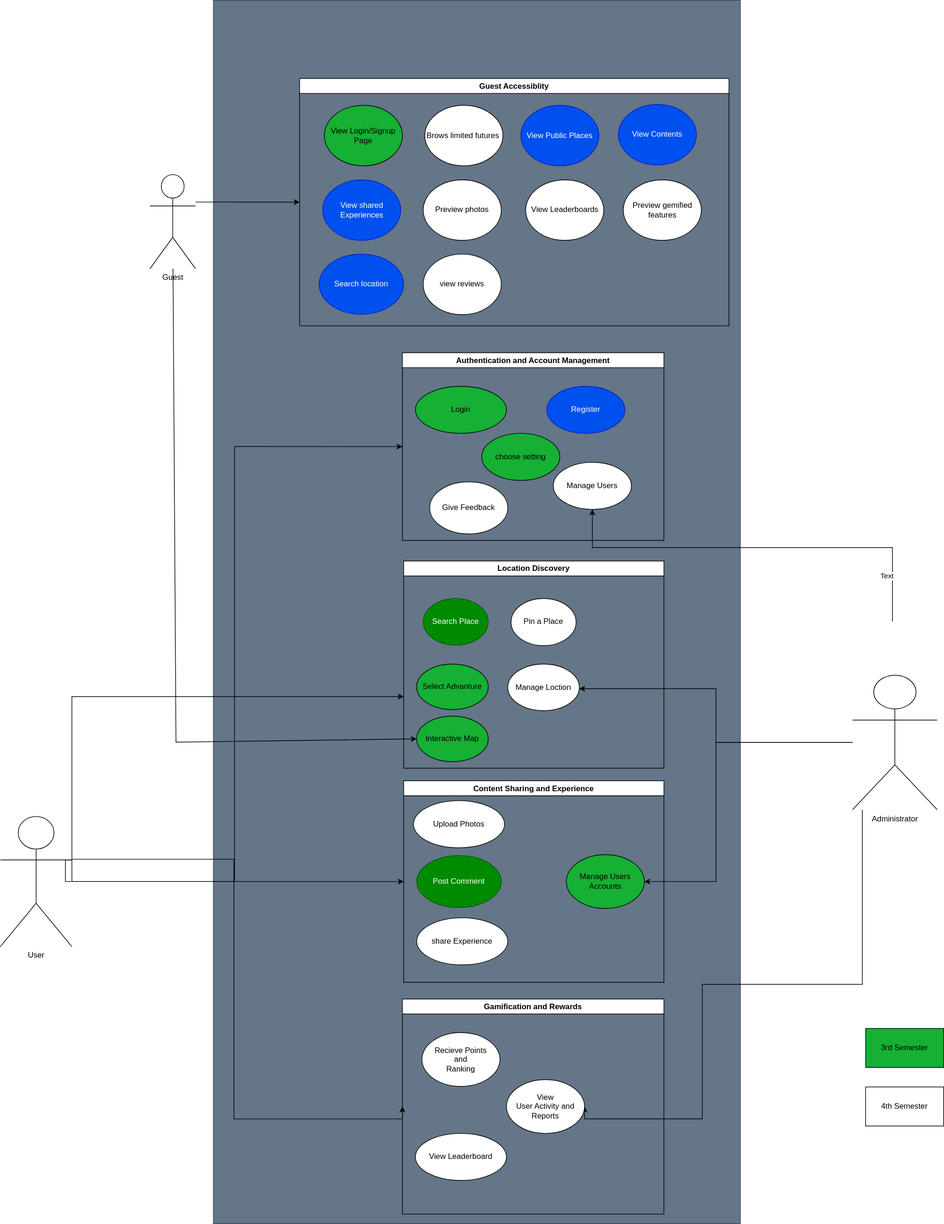
Above: Diagram/UseCaseDiagram/UseCaseDiagram.drawio.svg in sarahelhnbaly/IDiscovery (draw.io), before the change. Source tidied: cells renumbered, new cells last; positions are measured from the earlier drawing's top-left corner, leaving out a move shared by most shapes. The source it was exported from:
```xml
<mxGraphModel>
  <root>
    <mxCell id="0" />
    <mxCell id="1" parent="0" />
    <mxCell id="2" style="html=1;whiteSpace=wrap;fillColor=#647687;fontColor=#ffffff;strokeColor=#314354;" parent="1" vertex="1">
      <mxGeometry x="327.5" width="810" height="1880" as="geometry" />
    </mxCell>
    <mxCell id="3" value="Administrator&lt;div&gt;&lt;br&gt;&lt;/div&gt;" style="shape=umlActor;verticalLabelPosition=bottom;verticalAlign=top;html=1;outlineConnect=0;" parent="1" vertex="1">
      <mxGeometry x="1310" y="1037.2" width="130" height="206.6" as="geometry" />
    </mxCell>
    <mxCell id="4" style="edgeStyle=orthogonalEdgeStyle;rounded=0;jettySize=auto;html=1;" parent="1" edge="1" target="14">
      <mxGeometry relative="1" as="geometry">
        <mxPoint x="1371.3" y="954.6" as="sourcePoint" />
        <Array as="points">
          <mxPoint x="1371" y="841" />
          <mxPoint x="910" y="841" />
        </Array>
      </mxGeometry>
    </mxCell>
    <mxCell id="5" value="Text" style="edgeLabel;html=1;align=center;verticalAlign=middle;" parent="4" vertex="1">
      <mxGeometry x="-0.78" y="9" relative="1" as="geometry" />
    </mxCell>
    <mxCell id="6" style="edgeStyle=orthogonalEdgeStyle;rounded=0;jettySize=auto;html=1;" parent="1" edge="1" source="3">
      <mxGeometry relative="1" as="geometry">
        <mxPoint x="890" y="1057.9" as="targetPoint" />
      </mxGeometry>
    </mxCell>
    <mxCell id="7" style="edgeStyle=orthogonalEdgeStyle;rounded=0;jettySize=auto;html=1;entryX=1;entryY=0.5;entryDx=0;entryDy=0;" parent="1" edge="1" source="3" target="19">
      <mxGeometry relative="1" as="geometry">
        <Array as="points">
          <mxPoint x="1100" y="1140.5" />
          <mxPoint x="1100" y="1354.3" />
        </Array>
      </mxGeometry>
    </mxCell>
    <mxCell id="8" style="edgeStyle=orthogonalEdgeStyle;rounded=0;jettySize=auto;html=1;entryX=1;entryY=0.5;entryDx=0;entryDy=0;" parent="1" edge="1" source="3" target="38">
      <mxGeometry relative="1" as="geometry">
        <Array as="points">
          <mxPoint x="1325" y="1512.3" />
          <mxPoint x="1079" y="1512.3" />
          <mxPoint x="1079" y="1718.9" />
        </Array>
      </mxGeometry>
    </mxCell>
    <mxCell id="9" style="edgeStyle=orthogonalEdgeStyle;rounded=0;jettySize=auto;html=1;entryX=0;entryY=0.5;entryDx=0;entryDy=0;" parent="1" edge="1" source="10" target="26">
      <mxGeometry relative="1" as="geometry">
        <Array as="points">
          <mxPoint x="360" y="310" />
          <mxPoint x="360" y="310" />
        </Array>
      </mxGeometry>
    </mxCell>
    <mxCell id="10" value="Guest" style="shape=umlActor;verticalLabelPosition=bottom;verticalAlign=top;html=1;outlineConnect=0;" parent="1" vertex="1">
      <mxGeometry x="230" y="267.8" width="70" height="144.6" as="geometry" />
    </mxCell>
    <mxCell id="11" value="Authentication and Account Management" style="swimlane;" parent="1" vertex="1">
      <mxGeometry x="618" y="541.5" width="402" height="288.5" as="geometry" />
    </mxCell>
    <mxCell id="12" value="Register" style="ellipse;whiteSpace=wrap;html=1;fillColor=#0050ef;fontColor=#ffffff;strokeColor=#001DBC;" parent="11" vertex="1">
      <mxGeometry x="222" y="51.6" width="120" height="72.3" as="geometry" />
    </mxCell>
    <mxCell id="13" value="Login" style="ellipse;whiteSpace=wrap;html=1;fillColor=#15B034;" parent="11" vertex="1">
      <mxGeometry x="20" y="51.6" width="140" height="72.3" as="geometry" />
    </mxCell>
    <mxCell id="14" value="&lt;div&gt;&lt;/div&gt;Manage Users" style="ellipse;whiteSpace=wrap;html=1;verticalAlign=middle;" parent="11" vertex="1">
      <mxGeometry x="232" y="168.5" width="120" height="72.3" as="geometry" />
    </mxCell>
    <mxCell id="15" value="choose setting&lt;div&gt;&lt;/div&gt;" style="ellipse;whiteSpace=wrap;html=1;verticalAlign=middle;fillColor=#15B034;" parent="11" vertex="1">
      <mxGeometry x="122" y="123.9" width="120" height="72.3" as="geometry" />
    </mxCell>
    <mxCell id="16" value="Content Sharing and Experience" style="swimlane;" parent="1" vertex="1">
      <mxGeometry x="620" y="1199.4" width="400" height="309.8" as="geometry" />
    </mxCell>
    <mxCell id="17" value="Upload Photos" style="ellipse;whiteSpace=wrap;html=1;" parent="16" vertex="1">
      <mxGeometry x="15" y="30.6" width="140" height="72.3" as="geometry" />
    </mxCell>
    <mxCell id="18" value="share Experience" style="ellipse;whiteSpace=wrap;html=1;" parent="16" vertex="1">
      <mxGeometry x="20" y="210.6" width="140" height="72.3" as="geometry" />
    </mxCell>
    <mxCell id="19" value="Manage Users Accounts" style="ellipse;whiteSpace=wrap;html=1;fillColor=#15B034;" parent="16" vertex="1">
      <mxGeometry x="250" y="113.6" width="120" height="82.6" as="geometry" />
    </mxCell>
    <mxCell id="20" value="Post Comment" style="ellipse;whiteSpace=wrap;html=1;fillColor=#008a00;fontColor=#ffffff;strokeColor=#005700;" parent="16" vertex="1">
      <mxGeometry x="20" y="115" width="130" height="79.9" as="geometry" />
    </mxCell>
    <mxCell id="21" value="Location Discovery" style="swimlane;whiteSpace=wrap;html=1;" parent="1" vertex="1">
      <mxGeometry x="620" y="861.6" width="400" height="318.4" as="geometry" />
    </mxCell>
    <mxCell id="22" value="Search Place" style="ellipse;whiteSpace=wrap;html=1;fillColor=#008a00;fontColor=#ffffff;strokeColor=#005700;" parent="21" vertex="1">
      <mxGeometry x="30" y="57.7" width="100" height="71.6" as="geometry" />
    </mxCell>
    <mxCell id="23" value="Pin a Place" style="ellipse;whiteSpace=wrap;html=1;" parent="21" vertex="1">
      <mxGeometry x="165" y="57.7" width="100" height="72.3" as="geometry" />
    </mxCell>
    <mxCell id="24" value="Manage Loction" style="ellipse;whiteSpace=wrap;html=1;" parent="21" vertex="1">
      <mxGeometry x="160" y="158.4" width="110" height="71.6" as="geometry" />
    </mxCell>
    <mxCell id="25" style="edgeStyle=orthogonalEdgeStyle;rounded=0;orthogonalLoop=1;jettySize=auto;html=1;exitX=0.5;exitY=1;exitDx=0;exitDy=0;" parent="21" edge="1" source="24" target="24">
      <mxGeometry relative="1" as="geometry" />
    </mxCell>
    <mxCell id="26" value="Guest Accessiblity" style="swimlane;" parent="1" vertex="1">
      <mxGeometry x="460" y="120" width="660" height="380.2" as="geometry" />
    </mxCell>
    <mxCell id="27" value="View Login/Signup Page" style="ellipse;whiteSpace=wrap;html=1;fillColor=#15B034;" parent="26" vertex="1">
      <mxGeometry x="38" y="41.3" width="120" height="93" as="geometry" />
    </mxCell>
    <mxCell id="28" value="Brows limited futures&lt;span style=&quot;color: rgba(0, 0, 0, 0); font-family: monospace; font-size: 0px; text-align: start; text-wrap: nowrap;&quot;&gt;%3CmxGraphModel%3E%3Croot%3E%3CmxCell%20id%3D%220%22%2F%3E%3CmxCell%20id%3D%221%22%20parent%3D%220%22%2F%3E%3CmxCell%20id%3D%222%22%20value%3D%22View%20Login%2FSignup%20Page%22%20style%3D%22ellipse%3BwhiteSpace%3Dwrap%3Bhtml%3D1%3B%22%20vertex%3D%221%22%20parent%3D%221%22%3E%3CmxGeometry%20x%3D%22-282%22%20y%3D%22-1020%22%20width%3D%22120%22%20height%3D%2290%22%20as%3D%22geometry%22%2F%3E%3C%2FmxCell%3E%3C%2Froot%3E%3C%2FmxGraphModel%3E&lt;/span&gt;" style="ellipse;whiteSpace=wrap;html=1;" parent="26" vertex="1">
      <mxGeometry x="192.5" y="41.3" width="120" height="93" as="geometry" />
    </mxCell>
    <mxCell id="29" value="View Public Places" style="ellipse;whiteSpace=wrap;html=1;fillColor=#0050ef;fontColor=#ffffff;strokeColor=#001DBC;" parent="26" vertex="1">
      <mxGeometry x="340" y="41.3" width="120" height="93" as="geometry" />
    </mxCell>
    <mxCell id="30" value="View shared Experiences" style="ellipse;whiteSpace=wrap;html=1;fillColor=#0050ef;fontColor=#ffffff;strokeColor=#001DBC;" parent="26" vertex="1">
      <mxGeometry x="35.5" y="155.9" width="120" height="93" as="geometry" />
    </mxCell>
    <mxCell id="31" value="Preview photos" style="ellipse;whiteSpace=wrap;html=1;" parent="26" vertex="1">
      <mxGeometry x="190" y="155.9" width="120" height="93" as="geometry" />
    </mxCell>
    <mxCell id="32" value="View Leaderboards" style="ellipse;whiteSpace=wrap;html=1;" parent="26" vertex="1">
      <mxGeometry x="347.5" y="155.9" width="120" height="93" as="geometry" />
    </mxCell>
    <mxCell id="33" value="Preview gemified features" style="ellipse;whiteSpace=wrap;html=1;" parent="26" vertex="1">
      <mxGeometry x="497.5" y="155.9" width="120" height="93" as="geometry" />
    </mxCell>
    <mxCell id="34" value="view reviews" style="ellipse;whiteSpace=wrap;html=1;" parent="26" vertex="1">
      <mxGeometry x="190" y="270" width="120" height="93" as="geometry" />
    </mxCell>
    <mxCell id="35" value="Gamification and Rewards" style="swimlane;" parent="1" vertex="1">
      <mxGeometry x="618" y="1534.8" width="402" height="330.5" as="geometry" />
    </mxCell>
    <mxCell id="36" value="&lt;div&gt;Recieve Points &lt;br&gt;&lt;/div&gt;&lt;div&gt;and&lt;/div&gt;&lt;div&gt;Ranking&lt;br&gt;&lt;/div&gt;" style="ellipse;whiteSpace=wrap;html=1;" parent="35" vertex="1">
      <mxGeometry x="30" y="51.6" width="120" height="82.6" as="geometry" />
    </mxCell>
    <mxCell id="37" value="View Leaderboard" style="ellipse;whiteSpace=wrap;html=1;" parent="35" vertex="1">
      <mxGeometry x="20" y="206.6" width="140" height="72.3" as="geometry" />
    </mxCell>
    <mxCell id="38" value="&lt;br&gt;&lt;div&gt;View &lt;br&gt;&lt;/div&gt;&lt;div&gt;User Activity and Reports&lt;br&gt;&lt;/div&gt;&lt;div&gt;&lt;br/&gt;&lt;/div&gt;" style="ellipse;whiteSpace=wrap;html=1;" parent="35" vertex="1">
      <mxGeometry x="160" y="123.9" width="120" height="82.6" as="geometry" />
    </mxCell>
    <mxCell id="39" value="4th Semester" style="rounded=0;whiteSpace=wrap;html=1;" parent="1" vertex="1">
      <mxGeometry x="1330" y="1670" width="120" height="60" as="geometry" />
    </mxCell>
    <mxCell id="40" value="3rd Semester" style="rounded=0;whiteSpace=wrap;html=1;fillColor=#15B034;" parent="1" vertex="1">
      <mxGeometry x="1330" y="1580" width="120" height="60" as="geometry" />
    </mxCell>
    <mxCell id="41" value="User" style="shape=umlActor;verticalLabelPosition=bottom;verticalAlign=top;html=1;outlineConnect=0;" parent="1" vertex="1">
      <mxGeometry y="1254.3" width="110" height="200" as="geometry" />
    </mxCell>
    <mxCell id="42" style="edgeStyle=orthogonalEdgeStyle;rounded=0;jettySize=auto;html=1;entryX=0;entryY=0.5;entryDx=0;entryDy=0;" parent="1" edge="1" source="41" target="11">
      <mxGeometry relative="1" as="geometry">
        <Array as="points">
          <mxPoint x="360" y="1354" />
          <mxPoint x="360" y="686" />
        </Array>
      </mxGeometry>
    </mxCell>
    <mxCell id="43" style="edgeStyle=orthogonalEdgeStyle;rounded=0;jettySize=auto;html=1;entryX=0;entryY=0.5;entryDx=0;entryDy=0;exitX=1;exitY=0.3333333333333333;exitDx=0;exitDy=0;exitPerimeter=0;" parent="1" edge="1" source="41" target="16">
      <mxGeometry relative="1" as="geometry">
        <Array as="points">
          <mxPoint x="100" y="1354" />
        </Array>
      </mxGeometry>
    </mxCell>
    <mxCell id="44" style="edgeStyle=orthogonalEdgeStyle;rounded=0;jettySize=auto;html=1;entryX=0;entryY=0.5;entryDx=0;entryDy=0;" parent="1" edge="1" source="41" target="35">
      <mxGeometry relative="1" as="geometry">
        <Array as="points">
          <mxPoint x="359" y="1320" />
          <mxPoint x="359" y="1719" />
          <mxPoint x="618" y="1719" />
        </Array>
      </mxGeometry>
    </mxCell>
    <mxCell id="45" value="Select Advanture" style="ellipse;whiteSpace=wrap;html=1;fillColor=#15B034;" parent="1" vertex="1">
      <mxGeometry x="640" y="1020" width="110" height="70" as="geometry" />
    </mxCell>
    <mxCell id="46" style="endArrow=classic;html=1;rounded=0;" parent="1" edge="1">
      <mxGeometry relative="1" as="geometry">
        <mxPoint x="110" y="1353.7" as="sourcePoint" />
        <mxPoint x="620" y="1070" as="targetPoint" />
        <Array as="points">
          <mxPoint x="110" y="1070" />
        </Array>
      </mxGeometry>
    </mxCell>
    <mxCell id="47" value="Interactive Map" style="ellipse;whiteSpace=wrap;html=1;fillColor=#15B034;" parent="1" vertex="1">
      <mxGeometry x="640" y="1100" width="110" height="70" as="geometry" />
    </mxCell>
    <mxCell id="48" style="endArrow=classic;html=1;rounded=0;entryX=0;entryY=0.5;entryDx=0;entryDy=0;" parent="1" edge="1" source="10" target="47">
      <mxGeometry relative="1" as="geometry">
        <Array as="points">
          <mxPoint x="270" y="1140" />
        </Array>
      </mxGeometry>
    </mxCell>
    <mxCell id="49" value="Give Feedback" style="ellipse;whiteSpace=wrap;html=1;" parent="1" vertex="1">
      <mxGeometry x="660" y="740" width="120" height="80" as="geometry" />
    </mxCell>
    <mxCell id="50" value="Search location" style="ellipse;whiteSpace=wrap;html=1;fillColor=#0050ef;strokeColor=#001DBC;fontColor=#ffffff;" parent="1" vertex="1">
      <mxGeometry x="490" y="390" width="130" height="92.4" as="geometry" />
    </mxCell>
    <mxCell id="51" value="View Contents" style="ellipse;whiteSpace=wrap;html=1;fillColor=#0050ef;fontColor=#ffffff;strokeColor=#001DBC;" parent="1" vertex="1">
      <mxGeometry x="950" y="160" width="120" height="93" as="geometry" />
    </mxCell>
  </root>
</mxGraphModel>
```
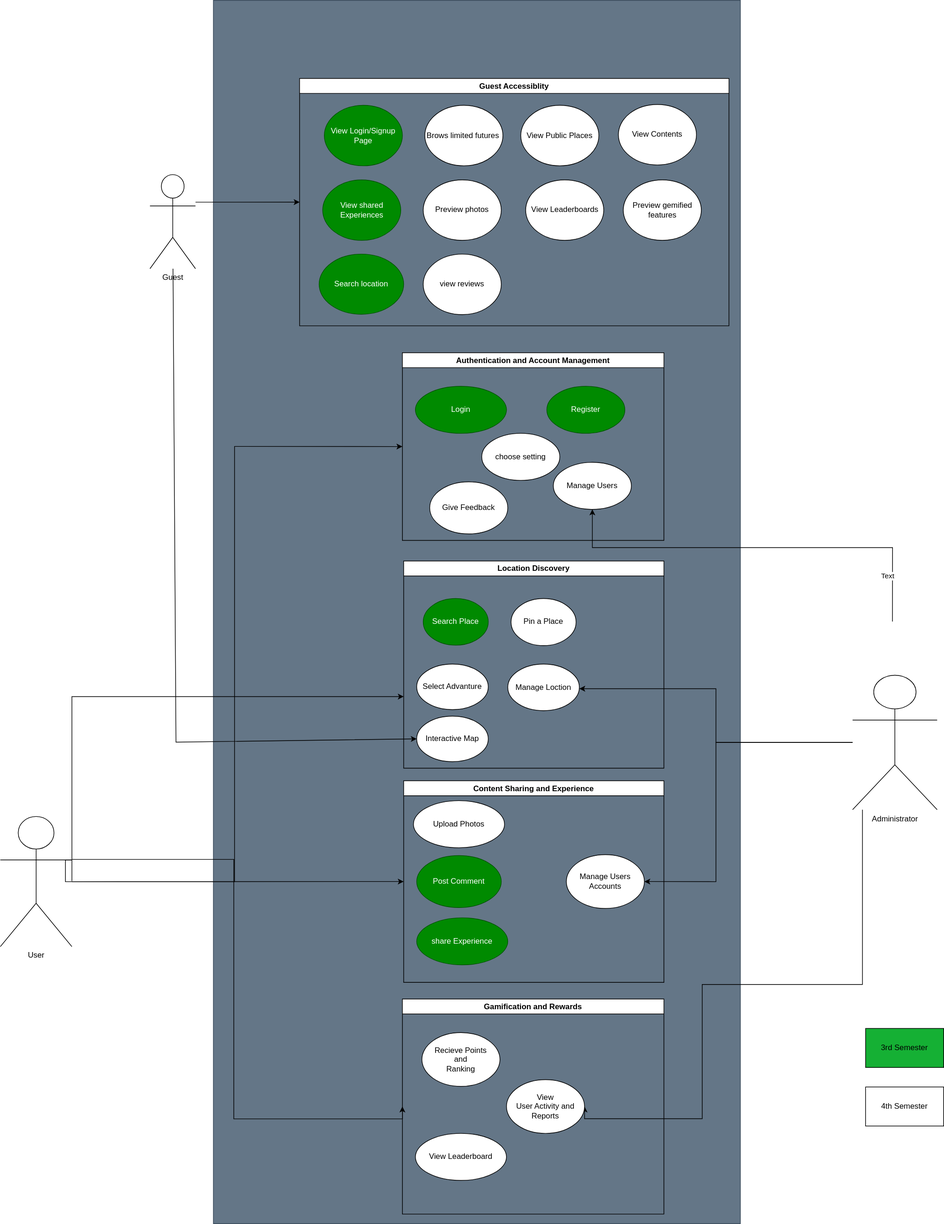
The same file after the commit.

Commit message:
added use case diagrams and feature descriptions

Change to the diagram source:
```diff
@@ -56,16 +56,16 @@
     <mxCell id="11" value="Authentication and Account Management" style="swimlane;" parent="1" vertex="1">
       <mxGeometry x="618" y="541.5" width="402" height="288.5" as="geometry" />
     </mxCell>
-    <mxCell id="12" value="Register" style="ellipse;whiteSpace=wrap;html=1;fillColor=#0050ef;fontColor=#ffffff;strokeColor=#001DBC;" parent="11" vertex="1">
+    <mxCell id="12" value="Register" style="ellipse;whiteSpace=wrap;html=1;fillColor=#008a00;fontColor=#ffffff;strokeColor=#005700;" parent="11" vertex="1">
       <mxGeometry x="222" y="51.6" width="120" height="72.3" as="geometry" />
     </mxCell>
-    <mxCell id="13" value="Login" style="ellipse;whiteSpace=wrap;html=1;fillColor=#15B034;" parent="11" vertex="1">
+    <mxCell id="13" value="Login" style="ellipse;whiteSpace=wrap;html=1;fillColor=#008a00;fontColor=#ffffff;strokeColor=#005700;" parent="11" vertex="1">
       <mxGeometry x="20" y="51.6" width="140" height="72.3" as="geometry" />
     </mxCell>
     <mxCell id="14" value="&lt;div&gt;&lt;/div&gt;Manage Users" style="ellipse;whiteSpace=wrap;html=1;verticalAlign=middle;" parent="11" vertex="1">
       <mxGeometry x="232" y="168.5" width="120" height="72.3" as="geometry" />
     </mxCell>
-    <mxCell id="15" value="choose setting&lt;div&gt;&lt;/div&gt;" style="ellipse;whiteSpace=wrap;html=1;verticalAlign=middle;fillColor=#15B034;" parent="11" vertex="1">
+    <mxCell id="15" value="choose setting&lt;div&gt;&lt;/div&gt;" style="ellipse;whiteSpace=wrap;html=1;verticalAlign=middle;" parent="11" vertex="1">
       <mxGeometry x="122" y="123.9" width="120" height="72.3" as="geometry" />
     </mxCell>
     <mxCell id="16" value="Content Sharing and Experience" style="swimlane;" parent="1" vertex="1">
@@ -74,10 +74,10 @@
     <mxCell id="17" value="Upload Photos" style="ellipse;whiteSpace=wrap;html=1;" parent="16" vertex="1">
       <mxGeometry x="15" y="30.6" width="140" height="72.3" as="geometry" />
     </mxCell>
-    <mxCell id="18" value="share Experience" style="ellipse;whiteSpace=wrap;html=1;" parent="16" vertex="1">
+    <mxCell id="18" value="share Experience" style="ellipse;whiteSpace=wrap;html=1;fillColor=#008a00;fontColor=#ffffff;strokeColor=#005700;" parent="16" vertex="1">
       <mxGeometry x="20" y="210.6" width="140" height="72.3" as="geometry" />
     </mxCell>
-    <mxCell id="19" value="Manage Users Accounts" style="ellipse;whiteSpace=wrap;html=1;fillColor=#15B034;" parent="16" vertex="1">
+    <mxCell id="19" value="Manage Users Accounts" style="ellipse;whiteSpace=wrap;html=1;" parent="16" vertex="1">
       <mxGeometry x="250" y="113.6" width="120" height="82.6" as="geometry" />
     </mxCell>
     <mxCell id="20" value="Post Comment" style="ellipse;whiteSpace=wrap;html=1;fillColor=#008a00;fontColor=#ffffff;strokeColor=#005700;" parent="16" vertex="1">
@@ -101,16 +101,16 @@
     <mxCell id="26" value="Guest Accessiblity" style="swimlane;" parent="1" vertex="1">
       <mxGeometry x="460" y="120" width="660" height="380.2" as="geometry" />
     </mxCell>
-    <mxCell id="27" value="View Login/Signup Page" style="ellipse;whiteSpace=wrap;html=1;fillColor=#15B034;" parent="26" vertex="1">
+    <mxCell id="27" value="View Login/Signup Page" style="ellipse;whiteSpace=wrap;html=1;fillColor=#008a00;fontColor=#ffffff;strokeColor=#005700;" parent="26" vertex="1">
       <mxGeometry x="38" y="41.3" width="120" height="93" as="geometry" />
     </mxCell>
     <mxCell id="28" value="Brows limited futures&lt;span style=&quot;color: rgba(0, 0, 0, 0); font-family: monospace; font-size: 0px; text-align: start; text-wrap: nowrap;&quot;&gt;%3CmxGraphModel%3E%3Croot%3E%3CmxCell%20id%3D%220%22%2F%3E%3CmxCell%20id%3D%221%22%20parent%3D%220%22%2F%3E%3CmxCell%20id%3D%222%22%20value%3D%22View%20Login%2FSignup%20Page%22%20style%3D%22ellipse%3BwhiteSpace%3Dwrap%3Bhtml%3D1%3B%22%20vertex%3D%221%22%20parent%3D%221%22%3E%3CmxGeometry%20x%3D%22-282%22%20y%3D%22-1020%22%20width%3D%22120%22%20height%3D%2290%22%20as%3D%22geometry%22%2F%3E%3C%2FmxCell%3E%3C%2Froot%3E%3C%2FmxGraphModel%3E&lt;/span&gt;" style="ellipse;whiteSpace=wrap;html=1;" parent="26" vertex="1">
       <mxGeometry x="192.5" y="41.3" width="120" height="93" as="geometry" />
     </mxCell>
-    <mxCell id="29" value="View Public Places" style="ellipse;whiteSpace=wrap;html=1;fillColor=#0050ef;fontColor=#ffffff;strokeColor=#001DBC;" parent="26" vertex="1">
+    <mxCell id="29" value="View Public Places" style="ellipse;whiteSpace=wrap;html=1;" parent="26" vertex="1">
       <mxGeometry x="340" y="41.3" width="120" height="93" as="geometry" />
     </mxCell>
-    <mxCell id="30" value="View shared Experiences" style="ellipse;whiteSpace=wrap;html=1;fillColor=#0050ef;fontColor=#ffffff;strokeColor=#001DBC;" parent="26" vertex="1">
+    <mxCell id="30" value="View shared Experiences" style="ellipse;whiteSpace=wrap;html=1;fillColor=#008a00;fontColor=#ffffff;strokeColor=#005700;" parent="26" vertex="1">
       <mxGeometry x="35.5" y="155.9" width="120" height="93" as="geometry" />
     </mxCell>
     <mxCell id="31" value="Preview photos" style="ellipse;whiteSpace=wrap;html=1;" parent="26" vertex="1">
@@ -170,7 +170,7 @@
         </Array>
       </mxGeometry>
     </mxCell>
-    <mxCell id="45" value="Select Advanture" style="ellipse;whiteSpace=wrap;html=1;fillColor=#15B034;" parent="1" vertex="1">
+    <mxCell id="45" value="Select Advanture" style="ellipse;whiteSpace=wrap;html=1;" parent="1" vertex="1">
       <mxGeometry x="640" y="1020" width="110" height="70" as="geometry" />
     </mxCell>
     <mxCell id="46" style="endArrow=classic;html=1;rounded=0;" parent="1" edge="1">
@@ -182,7 +182,7 @@
         </Array>
       </mxGeometry>
     </mxCell>
-    <mxCell id="47" value="Interactive Map" style="ellipse;whiteSpace=wrap;html=1;fillColor=#15B034;" parent="1" vertex="1">
+    <mxCell id="47" value="Interactive Map" style="ellipse;whiteSpace=wrap;html=1;" parent="1" vertex="1">
       <mxGeometry x="640" y="1100" width="110" height="70" as="geometry" />
     </mxCell>
     <mxCell id="48" style="endArrow=classic;html=1;rounded=0;entryX=0;entryY=0.5;entryDx=0;entryDy=0;" parent="1" edge="1" source="10" target="47">
@@ -195,10 +195,10 @@
     <mxCell id="49" value="Give Feedback" style="ellipse;whiteSpace=wrap;html=1;" parent="1" vertex="1">
       <mxGeometry x="660" y="740" width="120" height="80" as="geometry" />
     </mxCell>
-    <mxCell id="50" value="Search location" style="ellipse;whiteSpace=wrap;html=1;fillColor=#0050ef;strokeColor=#001DBC;fontColor=#ffffff;" parent="1" vertex="1">
+    <mxCell id="50" value="Search location" style="ellipse;whiteSpace=wrap;html=1;fillColor=#008a00;fontColor=#ffffff;strokeColor=#005700;" parent="1" vertex="1">
       <mxGeometry x="490" y="390" width="130" height="92.4" as="geometry" />
     </mxCell>
-    <mxCell id="51" value="View Contents" style="ellipse;whiteSpace=wrap;html=1;fillColor=#0050ef;fontColor=#ffffff;strokeColor=#001DBC;" parent="1" vertex="1">
+    <mxCell id="51" value="View Contents" style="ellipse;whiteSpace=wrap;html=1;" parent="1" vertex="1">
       <mxGeometry x="950" y="160" width="120" height="93" as="geometry" />
     </mxCell>
   </root>
```
